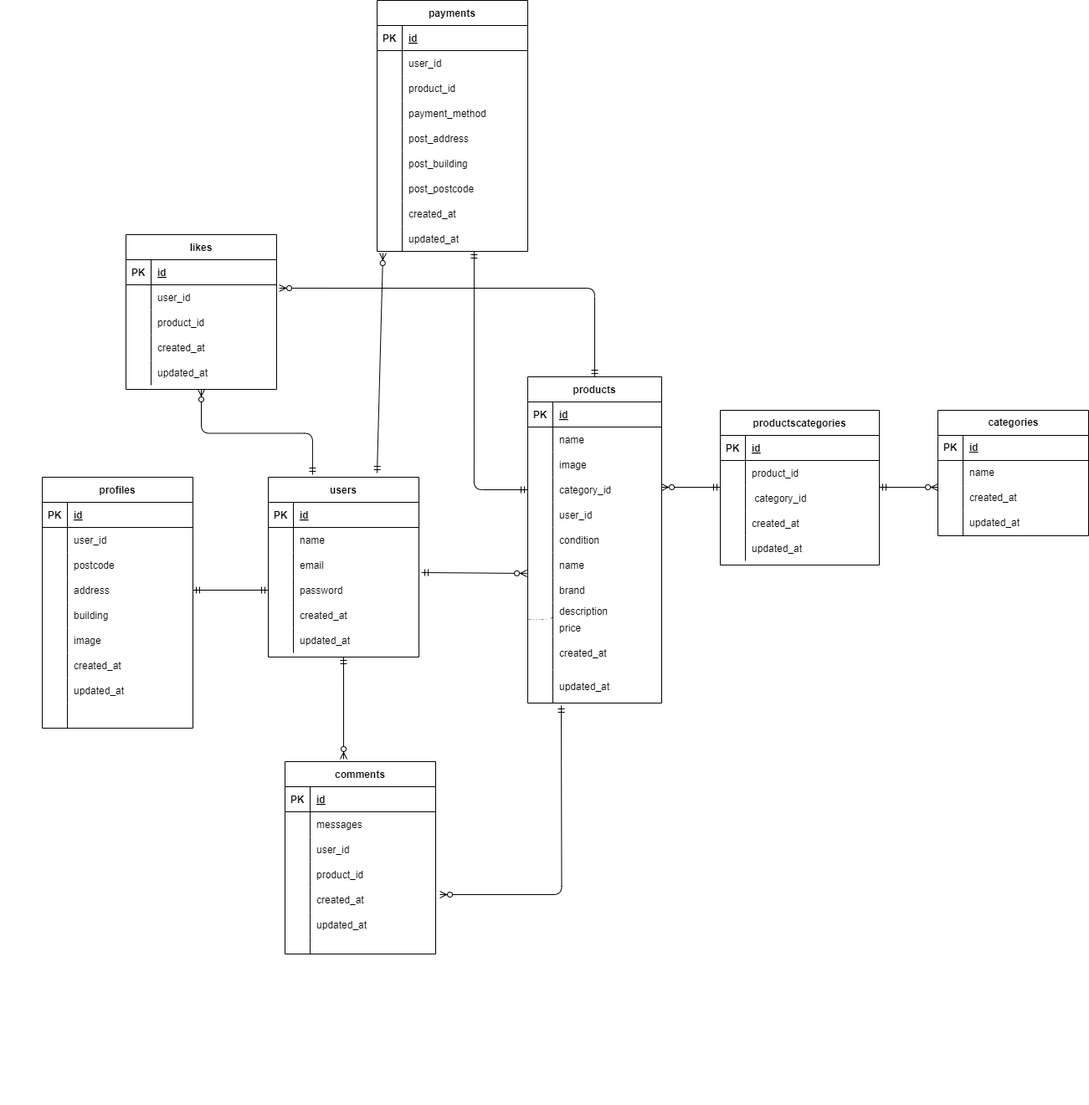
Earlier version of the draw.io export .drawio.png (momoca-13/furima). Source tidied: cells renumbered, new cells last; positions are measured from the earlier drawing's top-left corner, leaving out a move shared by most shapes.
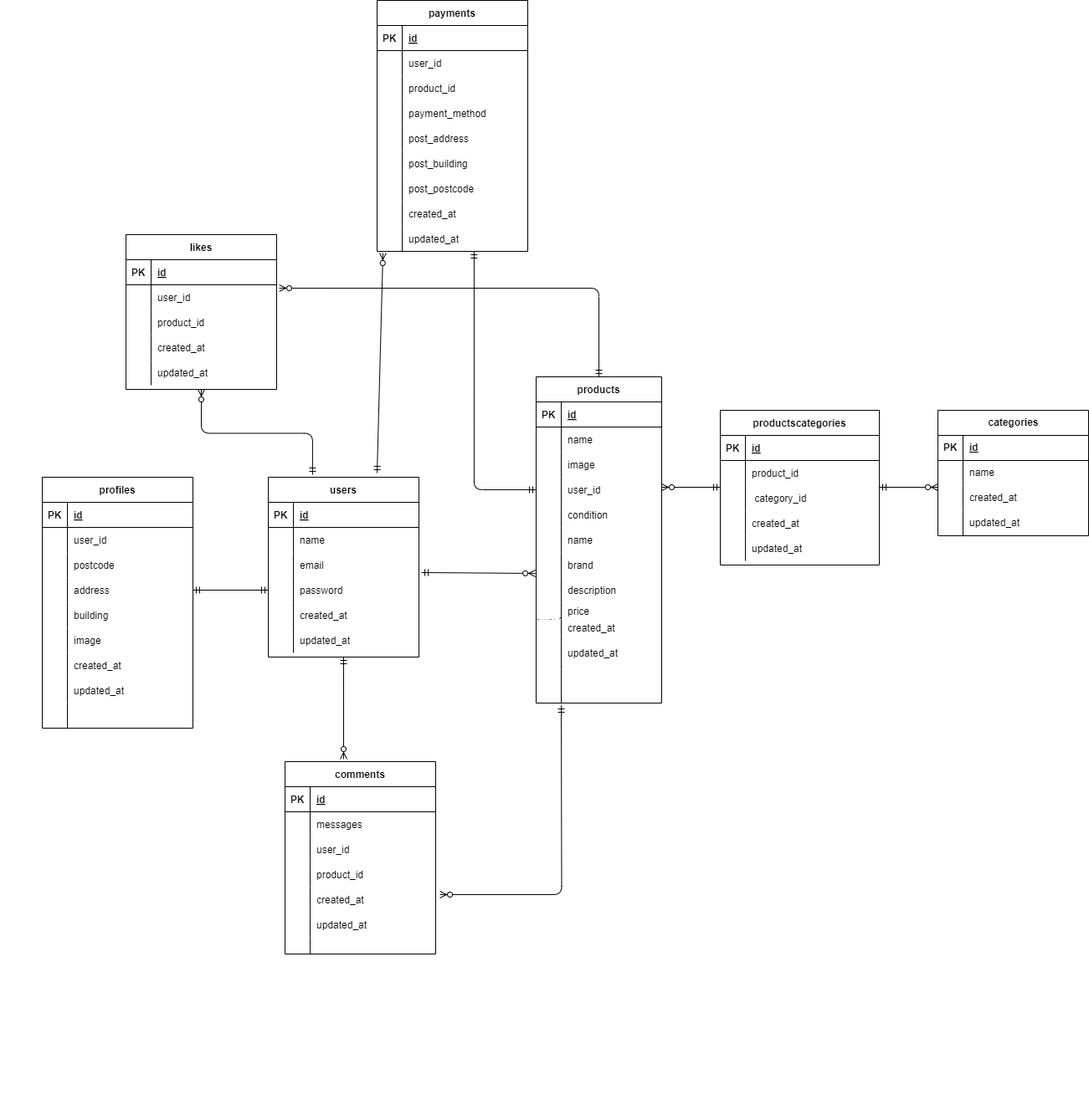
After the commit.

The edit, as a diff of the source:
```diff
@@ -135,115 +135,115 @@
       <mxGeometry x="30" width="160" height="30" as="geometry" />
     </mxCell>
     <mxCell id="46" value="products" style="shape=table;startSize=30;rowLines=0;fontStyle=1;align=center;strokeColor=#000000;fontColor=#000000;fillColor=#FFFFFF;" parent="1" vertex="1">
-      <mxGeometry x="630" y="450" width="160" height="390" as="geometry" />
+      <mxGeometry x="640" y="450" width="150" height="390" as="geometry" />
     </mxCell>
     <mxCell id="47" style="shape=tableRow;horizontal=0;startSize=0;swimlaneHead=0;swimlaneBody=0;fillColor=none;top=0;left=0;right=0;bottom=1;strokeColor=#000000;fontColor=#000000;" parent="46" vertex="1">
-      <mxGeometry y="30" width="160" height="30" as="geometry" />
+      <mxGeometry y="30" width="150" height="30" as="geometry" />
     </mxCell>
     <mxCell id="48" value="PK" style="shape=partialRectangle;fillColor=none;top=0;left=0;bottom=0;right=0;fontStyle=1;overflow=hidden;strokeColor=#000000;fontColor=#000000;" parent="47" vertex="1">
       <mxGeometry width="30" height="30" as="geometry" />
     </mxCell>
     <mxCell id="49" value="id" style="shape=partialRectangle;fillColor=none;top=0;left=0;bottom=0;right=0;align=left;spacingLeft=6;fontStyle=5;overflow=hidden;strokeColor=#000000;fontColor=#000000;" parent="47" vertex="1">
-      <mxGeometry x="30" width="130" height="30" as="geometry" />
+      <mxGeometry x="30" width="120" height="30" as="geometry" />
     </mxCell>
     <mxCell id="50" style="shape=tableRow;horizontal=0;startSize=0;swimlaneHead=0;swimlaneBody=0;fillColor=none;top=0;left=0;right=0;bottom=0;strokeColor=#000000;fontColor=#000000;" parent="46" vertex="1">
-      <mxGeometry y="60" width="160" height="30" as="geometry" />
+      <mxGeometry y="60" width="150" height="30" as="geometry" />
     </mxCell>
     <mxCell id="51" style="shape=partialRectangle;fillColor=none;top=0;left=0;bottom=0;right=0;overflow=hidden;strokeColor=#000000;fontColor=#000000;" parent="50" vertex="1">
       <mxGeometry width="30" height="30" as="geometry" />
     </mxCell>
     <mxCell id="52" value="name" style="shape=partialRectangle;fillColor=none;top=0;left=0;bottom=0;right=0;align=left;spacingLeft=6;overflow=hidden;strokeColor=#000000;fontColor=#000000;" parent="50" vertex="1">
-      <mxGeometry x="30" width="130" height="30" as="geometry" />
+      <mxGeometry x="30" width="120" height="30" as="geometry" />
     </mxCell>
     <mxCell id="53" style="shape=tableRow;horizontal=0;startSize=0;swimlaneHead=0;swimlaneBody=0;fillColor=none;top=0;left=0;right=0;bottom=0;strokeColor=#000000;fontColor=#000000;" parent="46" vertex="1">
-      <mxGeometry y="90" width="160" height="30" as="geometry" />
+      <mxGeometry y="90" width="150" height="30" as="geometry" />
     </mxCell>
     <mxCell id="54" style="shape=partialRectangle;fillColor=none;top=0;left=0;bottom=0;right=0;overflow=hidden;strokeColor=#000000;fontColor=#000000;" parent="53" vertex="1">
       <mxGeometry width="30" height="30" as="geometry" />
     </mxCell>
     <mxCell id="55" value="image" style="shape=partialRectangle;fillColor=none;top=0;left=0;bottom=0;right=0;align=left;spacingLeft=6;overflow=hidden;strokeColor=#000000;fontColor=#000000;" parent="53" vertex="1">
-      <mxGeometry x="30" width="130" height="30" as="geometry" />
+      <mxGeometry x="30" width="120" height="30" as="geometry" />
     </mxCell>
     <mxCell id="56" style="shape=tableRow;horizontal=0;startSize=0;swimlaneHead=0;swimlaneBody=0;fillColor=none;points=[[0,0.5],[1,0.5]];portConstraint=eastwest;top=0;left=0;right=0;bottom=0;strokeColor=#000000;fontColor=#000000;" parent="46" vertex="1">
-      <mxGeometry y="120" width="160" height="30" as="geometry" />
+      <mxGeometry y="120" width="150" height="30" as="geometry" />
     </mxCell>
     <mxCell id="57" style="shape=partialRectangle;fillColor=none;top=0;left=0;bottom=0;right=0;overflow=hidden;strokeColor=#000000;fontColor=#000000;" parent="56" vertex="1">
       <mxGeometry width="30" height="30" as="geometry" />
     </mxCell>
-    <mxCell id="58" value="category_id" style="shape=partialRectangle;fillColor=none;top=0;left=0;bottom=0;right=0;align=left;spacingLeft=6;overflow=hidden;strokeColor=#000000;fontColor=#000000;" parent="56" vertex="1">
-      <mxGeometry x="30" width="130" height="30" as="geometry" />
+    <mxCell id="58" value="user_id" style="shape=partialRectangle;fillColor=none;top=0;left=0;bottom=0;right=0;align=left;spacingLeft=6;overflow=hidden;strokeColor=#000000;fontColor=#000000;" parent="56" vertex="1">
+      <mxGeometry x="30" width="120" height="30" as="geometry" />
     </mxCell>
     <mxCell id="59" style="shape=tableRow;horizontal=0;startSize=0;swimlaneHead=0;swimlaneBody=0;fillColor=none;top=0;left=0;right=0;bottom=0;strokeColor=#000000;fontColor=#000000;" parent="46" vertex="1">
-      <mxGeometry y="150" width="160" height="30" as="geometry" />
+      <mxGeometry y="150" width="150" height="30" as="geometry" />
     </mxCell>
     <mxCell id="60" style="shape=partialRectangle;fillColor=none;top=0;left=0;bottom=0;right=0;overflow=hidden;strokeColor=#000000;fontColor=#000000;" parent="59" vertex="1">
       <mxGeometry width="30" height="30" as="geometry" />
     </mxCell>
-    <mxCell id="61" value="user_id" style="shape=partialRectangle;fillColor=none;top=0;left=0;bottom=0;right=0;align=left;spacingLeft=6;overflow=hidden;strokeColor=#000000;fontColor=#000000;" parent="59" vertex="1">
-      <mxGeometry x="30" width="130" height="30" as="geometry" />
+    <mxCell id="61" value="condition" style="shape=partialRectangle;fillColor=none;top=0;left=0;bottom=0;right=0;align=left;spacingLeft=6;overflow=hidden;strokeColor=#000000;fontColor=#000000;" parent="59" vertex="1">
+      <mxGeometry x="30" width="120" height="30" as="geometry" />
     </mxCell>
     <mxCell id="62" style="shape=tableRow;horizontal=0;startSize=0;swimlaneHead=0;swimlaneBody=0;fillColor=none;top=0;left=0;right=0;bottom=0;strokeColor=#000000;fontColor=#000000;" parent="46" vertex="1">
-      <mxGeometry y="180" width="160" height="30" as="geometry" />
+      <mxGeometry y="180" width="150" height="30" as="geometry" />
     </mxCell>
     <mxCell id="63" style="shape=partialRectangle;fillColor=none;top=0;left=0;bottom=0;right=0;overflow=hidden;strokeColor=#000000;fontColor=#000000;" parent="62" vertex="1">
       <mxGeometry width="30" height="30" as="geometry" />
     </mxCell>
-    <mxCell id="64" value="condition" style="shape=partialRectangle;fillColor=none;top=0;left=0;bottom=0;right=0;align=left;spacingLeft=6;overflow=hidden;strokeColor=#000000;fontColor=#000000;" parent="62" vertex="1">
-      <mxGeometry x="30" width="130" height="30" as="geometry" />
+    <mxCell id="64" value="name" style="shape=partialRectangle;fillColor=none;top=0;left=0;bottom=0;right=0;align=left;spacingLeft=6;overflow=hidden;strokeColor=#000000;fontColor=#000000;" parent="62" vertex="1">
+      <mxGeometry x="30" width="120" height="30" as="geometry" />
     </mxCell>
     <mxCell id="65" style="shape=tableRow;horizontal=0;startSize=0;swimlaneHead=0;swimlaneBody=0;fillColor=none;points=[[0,0.5],[1,0.5]];portConstraint=eastwest;top=0;left=0;right=0;bottom=0;strokeColor=#000000;fontColor=#000000;" parent="46" vertex="1">
-      <mxGeometry y="210" width="160" height="30" as="geometry" />
+      <mxGeometry y="210" width="150" height="30" as="geometry" />
     </mxCell>
     <mxCell id="66" style="shape=partialRectangle;fillColor=none;top=0;left=0;bottom=0;right=0;overflow=hidden;strokeColor=#000000;fontColor=#000000;" parent="65" vertex="1">
       <mxGeometry width="30" height="30" as="geometry" />
     </mxCell>
-    <mxCell id="67" value="name" style="shape=partialRectangle;fillColor=none;top=0;left=0;bottom=0;right=0;align=left;spacingLeft=6;overflow=hidden;strokeColor=#000000;fontColor=#000000;" parent="65" vertex="1">
-      <mxGeometry x="30" width="130" height="30" as="geometry" />
+    <mxCell id="67" value="brand" style="shape=partialRectangle;fillColor=none;top=0;left=0;bottom=0;right=0;align=left;spacingLeft=6;overflow=hidden;strokeColor=#000000;fontColor=#000000;" parent="65" vertex="1">
+      <mxGeometry x="30" width="120" height="30" as="geometry" />
     </mxCell>
     <mxCell id="68" style="shape=tableRow;horizontal=0;startSize=0;swimlaneHead=0;swimlaneBody=0;fillColor=none;top=0;left=0;right=0;bottom=0;strokeColor=#000000;fontColor=#000000;" parent="46" vertex="1">
-      <mxGeometry y="240" width="160" height="30" as="geometry" />
+      <mxGeometry y="240" width="150" height="30" as="geometry" />
     </mxCell>
     <mxCell id="69" style="shape=partialRectangle;fillColor=none;top=0;left=0;bottom=0;right=0;overflow=hidden;strokeColor=#000000;fontColor=#000000;" parent="68" vertex="1">
       <mxGeometry width="30" height="30" as="geometry" />
     </mxCell>
-    <mxCell id="70" value="brand" style="shape=partialRectangle;fillColor=none;top=0;left=0;bottom=0;right=0;align=left;spacingLeft=6;overflow=hidden;strokeColor=#000000;fontColor=#000000;" parent="68" vertex="1">
-      <mxGeometry x="30" width="130" height="30" as="geometry" />
+    <mxCell id="70" value="description" style="shape=partialRectangle;fillColor=none;top=0;left=0;bottom=0;right=0;align=left;spacingLeft=6;overflow=hidden;strokeColor=#000000;fontColor=#000000;" parent="68" vertex="1">
+      <mxGeometry x="30" width="120" height="30" as="geometry" />
     </mxCell>
     <mxCell id="71" style="shape=tableRow;horizontal=0;startSize=0;swimlaneHead=0;swimlaneBody=0;fillColor=none;top=0;left=0;right=0;bottom=0;strokeColor=#000000;fontColor=#000000;" parent="46" vertex="1">
-      <mxGeometry y="270" width="160" height="20" as="geometry" />
+      <mxGeometry y="270" width="150" height="20" as="geometry" />
     </mxCell>
     <mxCell id="72" value="&#10;&lt;span style=&quot;color: rgb(0, 0, 0); font-family: Helvetica; font-size: 12px; font-style: normal; font-variant-ligatures: normal; font-variant-caps: normal; font-weight: 400; letter-spacing: normal; orphans: 2; text-align: left; text-indent: 0px; text-transform: none; widows: 2; word-spacing: 0px; -webkit-text-stroke-width: 0px; white-space: nowrap; background-color: rgb(251, 251, 251); text-decoration-thickness: initial; text-decoration-style: initial; text-decoration-color: initial; display: inline !important; float: none;&quot;&gt;price&lt;/span&gt;&#10;&#10;" style="shape=partialRectangle;fillColor=none;top=0;left=0;bottom=0;right=0;overflow=hidden;strokeColor=#000000;fontColor=#000000;" parent="71" vertex="1">
       <mxGeometry width="30" height="20" as="geometry" />
     </mxCell>
-    <mxCell id="73" value="description" style="shape=partialRectangle;fillColor=none;top=0;left=0;bottom=0;right=0;align=left;spacingLeft=6;overflow=hidden;strokeColor=#000000;fontColor=#000000;" parent="71" vertex="1">
-      <mxGeometry x="30" width="130" height="20" as="geometry" />
+    <mxCell id="73" value="price" style="shape=partialRectangle;fillColor=none;top=0;left=0;bottom=0;right=0;align=left;spacingLeft=6;overflow=hidden;strokeColor=#000000;fontColor=#000000;" parent="71" vertex="1">
+      <mxGeometry x="30" width="120" height="20" as="geometry" />
     </mxCell>
     <mxCell id="74" style="shape=tableRow;horizontal=0;startSize=0;swimlaneHead=0;swimlaneBody=0;fillColor=none;top=0;left=0;right=0;bottom=0;strokeColor=#000000;fontColor=#000000;" parent="46" vertex="1">
-      <mxGeometry y="290" width="160" height="20" as="geometry" />
+      <mxGeometry y="290" width="150" height="20" as="geometry" />
     </mxCell>
     <mxCell id="75" style="shape=partialRectangle;fillColor=none;top=0;left=0;bottom=0;right=0;overflow=hidden;strokeColor=#000000;fontColor=#000000;" parent="74" vertex="1">
       <mxGeometry width="30" height="20" as="geometry" />
     </mxCell>
-    <mxCell id="76" value="price" style="shape=partialRectangle;fillColor=none;top=0;left=0;bottom=0;right=0;align=left;spacingLeft=6;overflow=hidden;strokeColor=#000000;fontColor=#000000;" parent="74" vertex="1">
-      <mxGeometry x="30" width="130" height="20" as="geometry" />
+    <mxCell id="76" value="created_at" style="shape=partialRectangle;fillColor=none;top=0;left=0;bottom=0;right=0;align=left;spacingLeft=6;overflow=hidden;strokeColor=#000000;fontColor=#000000;" parent="74" vertex="1">
+      <mxGeometry x="30" width="120" height="20" as="geometry" />
     </mxCell>
     <mxCell id="77" style="shape=tableRow;horizontal=0;startSize=0;swimlaneHead=0;swimlaneBody=0;fillColor=none;top=0;left=0;right=0;bottom=0;strokeColor=#000000;fontColor=#000000;" parent="46" vertex="1">
-      <mxGeometry y="310" width="160" height="40" as="geometry" />
+      <mxGeometry y="310" width="150" height="40" as="geometry" />
     </mxCell>
     <mxCell id="78" style="shape=partialRectangle;fillColor=none;top=0;left=0;bottom=0;right=0;overflow=hidden;strokeColor=#000000;fontColor=#000000;" parent="77" vertex="1">
       <mxGeometry width="30" height="40" as="geometry" />
     </mxCell>
-    <mxCell id="79" value="created_at" style="shape=partialRectangle;fillColor=none;top=0;left=0;bottom=0;right=0;align=left;spacingLeft=6;overflow=hidden;strokeColor=#000000;fontColor=#000000;" parent="77" vertex="1">
-      <mxGeometry x="30" width="130" height="40" as="geometry" />
+    <mxCell id="79" value="updated_at" style="shape=partialRectangle;fillColor=none;top=0;left=0;bottom=0;right=0;align=left;spacingLeft=6;overflow=hidden;strokeColor=#000000;fontColor=#000000;" parent="77" vertex="1">
+      <mxGeometry x="30" width="120" height="40" as="geometry" />
     </mxCell>
     <mxCell id="80" style="shape=tableRow;horizontal=0;startSize=0;swimlaneHead=0;swimlaneBody=0;fillColor=none;top=0;left=0;right=0;bottom=0;strokeColor=#000000;fontColor=#000000;" parent="46" vertex="1">
-      <mxGeometry y="350" width="160" height="40" as="geometry" />
+      <mxGeometry y="350" width="150" height="40" as="geometry" />
     </mxCell>
     <mxCell id="81" style="shape=partialRectangle;fillColor=none;top=0;left=0;bottom=0;right=0;overflow=hidden;strokeColor=#000000;fontColor=#000000;" parent="80" vertex="1">
       <mxGeometry width="30" height="40" as="geometry" />
     </mxCell>
-    <mxCell id="82" value="updated_at" style="shape=partialRectangle;fillColor=none;top=0;left=0;bottom=0;right=0;align=left;spacingLeft=6;overflow=hidden;strokeColor=#000000;fontColor=#000000;" parent="80" vertex="1">
-      <mxGeometry x="30" width="130" height="40" as="geometry" />
+    <mxCell id="82" style="shape=partialRectangle;fillColor=none;top=0;left=0;bottom=0;right=0;align=left;spacingLeft=6;overflow=hidden;strokeColor=#000000;fontColor=#000000;" parent="80" vertex="1">
+      <mxGeometry x="30" width="120" height="40" as="geometry" />
     </mxCell>
     <mxCell id="83" value="users" style="shape=table;startSize=30;rowLines=0;fontStyle=1;align=center;strokeColor=#000000;fontColor=#000000;fillColor=#FFFFFF;" parent="1" vertex="1">
       <mxGeometry x="320" y="570" width="180" height="215" as="geometry" />
```
